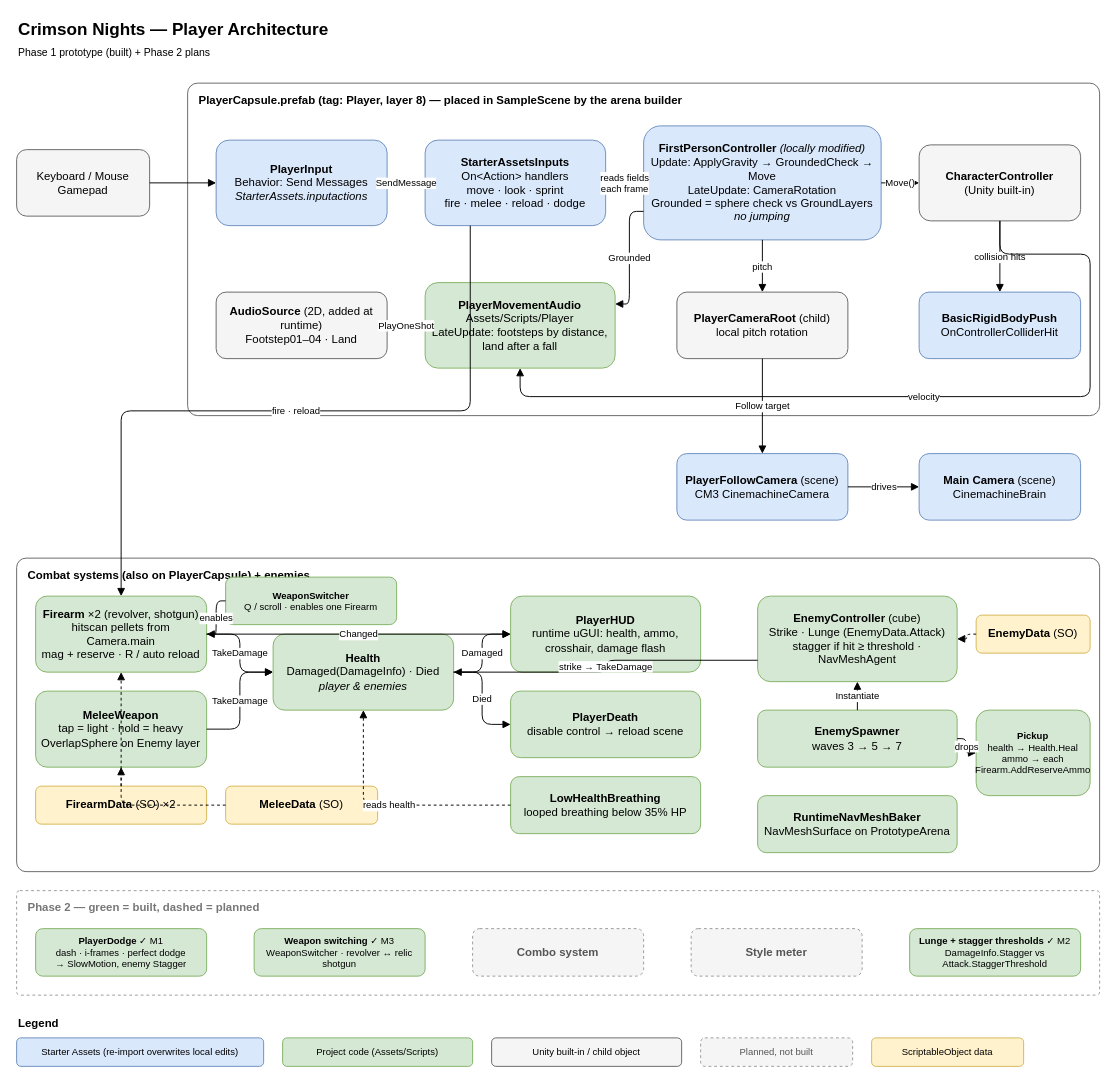
This is docs/architecture.drawio from ChrisOspina/Crimson-Nights, a draw.io file, before an edit. Source tidied: cells renumbered, new cells numbered last; positions are measured from the earlier drawing's top-left corner, leaving out a move shared by most shapes. Both pictures are drawn from the tidied source at 95%, with x=0, y=0 at pixel (16, 16).
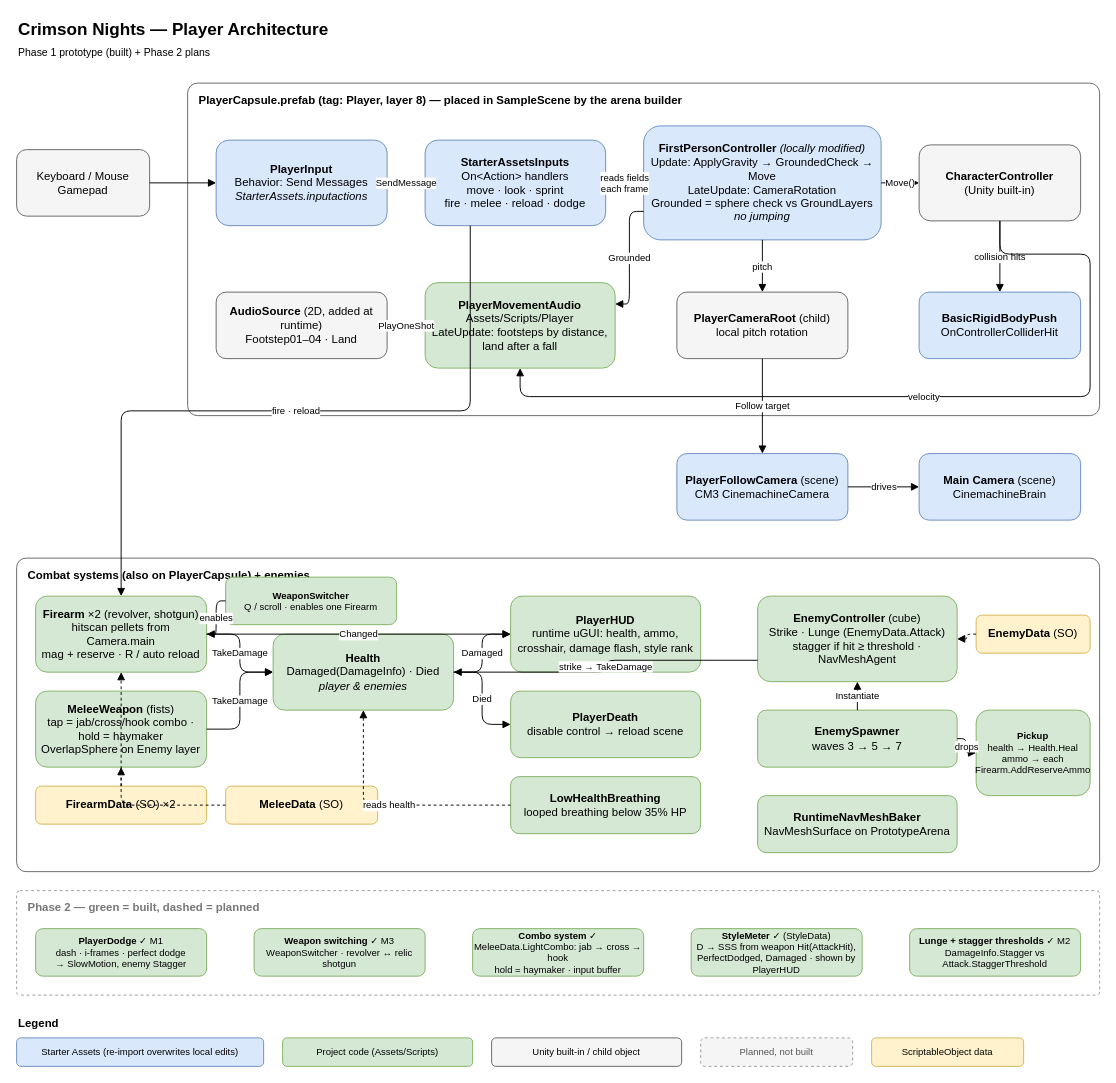
The same page after the edit.

The edit, as a diff of the source:
```diff
@@
-    <mxCell id="30" value="&lt;b&gt;MeleeWeapon&lt;/b&gt;&lt;br&gt;tap = light · hold = heavy&lt;br&gt;OverlapSphere on Enemy layer" style="rounded=1;whiteSpace=wrap;html=1;fillColor=#d5e8d4;strokeColor=#82b366;" parent="1" vertex="1">
+    <mxCell id="30" value="&lt;b&gt;MeleeWeapon&lt;/b&gt; (fists)&lt;br&gt;tap = jab/cross/hook combo · hold = haymaker&lt;br&gt;OverlapSphere on Enemy layer" style="rounded=1;whiteSpace=wrap;html=1;fillColor=#d5e8d4;strokeColor=#82b366;" parent="1" vertex="1">
       <mxGeometry x="20" y="710" width="180" height="80" as="geometry" />
     </mxCell>
@@
-    <mxCell id="34" value="&lt;b&gt;PlayerHUD&lt;/b&gt;&lt;br&gt;runtime uGUI: health, ammo,&lt;br&gt;crosshair, damage flash" style="rounded=1;whiteSpace=wrap;html=1;fillColor=#d5e8d4;strokeColor=#82b366;" parent="1" vertex="1">
+    <mxCell id="34" value="&lt;b&gt;PlayerHUD&lt;/b&gt;&lt;br&gt;runtime uGUI: health, ammo,&lt;br&gt;crosshair, damage flash, style rank" style="rounded=1;whiteSpace=wrap;html=1;fillColor=#d5e8d4;strokeColor=#82b366;" parent="1" vertex="1">
       <mxGeometry x="520" y="610" width="200" height="80" as="geometry" />
     </mxCell>
@@
-    <mxCell id="58" value="&lt;b&gt;Combo system&lt;/b&gt;" style="rounded=1;whiteSpace=wrap;html=1;fillColor=#f5f5f5;strokeColor=#999999;dashed=1;fontColor=#555555;" parent="1" vertex="1">
+    <mxCell id="58" value="&lt;b&gt;Combo system&lt;/b&gt; ✓&lt;br&gt;MeleeData.LightCombo: jab → cross → hook&lt;br&gt;hold = haymaker · input buffer" style="rounded=1;whiteSpace=wrap;html=1;fillColor=#d5e8d4;strokeColor=#82b366;fontSize=10;" parent="1" vertex="1">
       <mxGeometry x="480" y="960" width="180" height="50" as="geometry" />
     </mxCell>
-    <mxCell id="59" value="&lt;b&gt;Style meter&lt;/b&gt;" style="rounded=1;whiteSpace=wrap;html=1;fillColor=#f5f5f5;strokeColor=#999999;dashed=1;fontColor=#555555;" parent="1" vertex="1">
+    <mxCell id="59" value="&lt;b&gt;StyleMeter&lt;/b&gt; ✓ (StyleData)&lt;br&gt;D → SSS from weapon Hit(AttackHit),&lt;br&gt;PerfectDodged, Damaged · shown by PlayerHUD" style="rounded=1;whiteSpace=wrap;html=1;fillColor=#d5e8d4;strokeColor=#82b366;fontSize=10;" parent="1" vertex="1">
       <mxGeometry x="710" y="960" width="180" height="50" as="geometry" />
     </mxCell>
```
